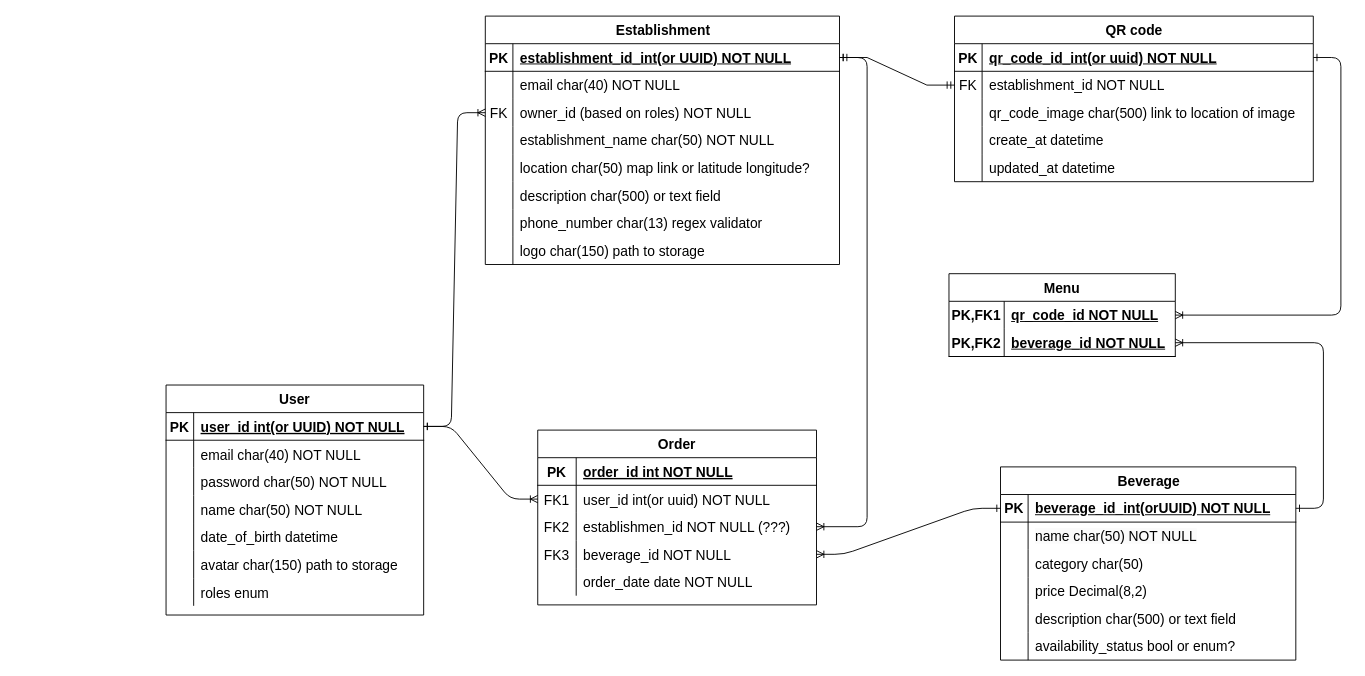
Before: entities.drawio in Reviro-Spring-TechStart2024-T1/backend, a draw.io diagram. Source tidied: cells renumbered, new cells numbered last; positions are measured from the earlier drawing's top-left corner, leaving out a move shared by most shapes. Both pictures are drawn from the tidied source at 92%, with x=0, y=0 at pixel (166, 16).
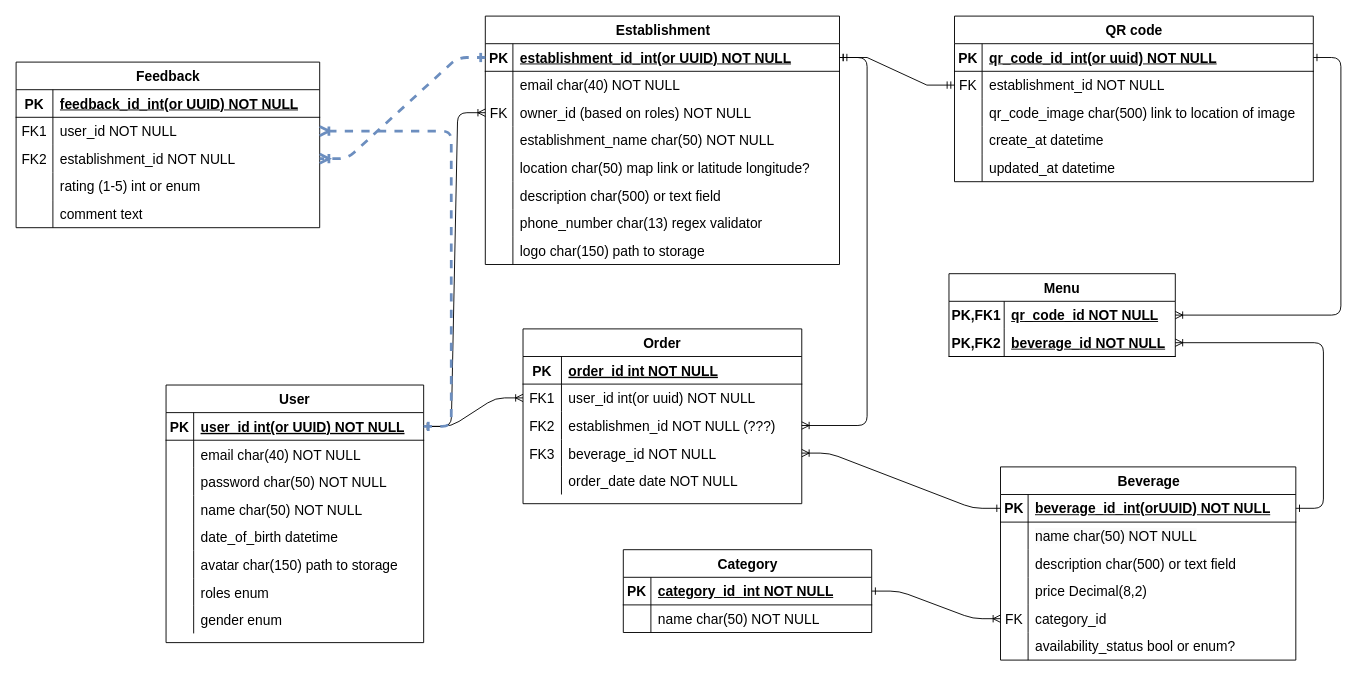
After the change.

The change refers to these unchanged cells:
```xml
<mxCell id="21" style="shape=partialRectangle;fillColor=none;points=[[0,0.5],[1,0.5]];portConstraint=eastwest;top=0;left=0;right=0;bottom=1;fontSize=15;" parent="20" vertex="1">
  <mxGeometry y="30" width="280" height="30" as="geometry" />
</mxCell>
<mxCell id="43" style="shape=tableRow;horizontal=0;startSize=0;swimlaneHead=0;swimlaneBody=0;fillColor=none;points=[[0,0.5],[1,0.5]];portConstraint=eastwest;top=0;left=0;right=0;bottom=1;fontSize=15;" parent="42" vertex="1">
  <mxGeometry y="30" width="385" height="30" as="geometry" />
</mxCell>
<mxCell id="67" value="Beverage" style="shape=table;startSize=30;childLayout=tableLayout;rowLines=0;fontStyle=1;align=center;html=1;fontSize=15;" parent="1" vertex="1">
  <mxGeometry x="907" y="490" width="321" height="210" as="geometry" />
</mxCell>
```

The edit, as a diff of the source:
```diff
@@
     <mxCell id="4" value="Order" style="shape=table;startSize=30;childLayout=tableLayout;rowLines=0;fontStyle=1;align=center;fontSize=15;" parent="1" vertex="1">
-      <mxGeometry x="404" y="450" width="303" height="190" as="geometry" />
+      <mxGeometry x="388" y="340" width="303" height="190" as="geometry" />
     </mxCell>
@@
     <mxCell id="20" value="User" style="shape=table;startSize=30;childLayout=tableLayout;rowLines=0;fontStyle=1;align=center;fontSize=15;" parent="1" vertex="1">
-      <mxGeometry y="401" width="280" height="250" as="geometry" />
+      <mxGeometry y="401" width="280" height="280" as="geometry" />
     </mxCell>
@@
+    <mxCell id="114" style="shape=partialRectangle;fillColor=none;top=0;left=0;right=0;bottom=0;fontSize=15;" parent="20" vertex="1">
+      <mxGeometry y="240" width="280" height="30" as="geometry" />
+    </mxCell>
+    <mxCell id="115" style="shape=partialRectangle;overflow=hidden;fillColor=none;top=0;left=0;bottom=0;right=0;fontSize=15;" parent="114" vertex="1">
+      <mxGeometry width="30" height="30" as="geometry" />
+    </mxCell>
+    <mxCell id="116" value="gender enum" style="shape=partialRectangle;overflow=hidden;fillColor=none;top=0;left=0;bottom=0;right=0;align=left;spacingLeft=6;fontSize=15;" parent="114" vertex="1">
+      <mxGeometry x="30" width="250" height="30" as="geometry" />
+    </mxCell>
@@
+    <mxCell id="80" style="shape=tableRow;horizontal=0;startSize=0;swimlaneHead=0;swimlaneBody=0;fillColor=none;top=0;left=0;right=0;bottom=0;fontSize=15;" parent="67" vertex="1">
+      <mxGeometry y="90" width="321" height="30" as="geometry" />
+    </mxCell>
+    <mxCell id="81" style="shape=partialRectangle;fillColor=none;top=0;left=0;bottom=0;right=0;overflow=hidden;whiteSpace=wrap;html=1;fontSize=15;" parent="80" vertex="1">
+      <mxGeometry width="30" height="30" as="geometry" />
+    </mxCell>
+    <mxCell id="82" value="description char(500) or text field" style="shape=partialRectangle;fillColor=none;top=0;left=0;bottom=0;right=0;align=left;spacingLeft=6;overflow=hidden;whiteSpace=wrap;html=1;fontSize=15;" parent="80" vertex="1">
+      <mxGeometry x="30" width="291" height="30" as="geometry" />
+    </mxCell>
+    <mxCell id="77" style="shape=tableRow;horizontal=0;startSize=0;swimlaneHead=0;swimlaneBody=0;fillColor=none;top=0;left=0;right=0;bottom=0;fontSize=15;" parent="67" vertex="1">
+      <mxGeometry y="120" width="321" height="30" as="geometry" />
+    </mxCell>
+    <mxCell id="78" style="shape=partialRectangle;fillColor=none;top=0;left=0;bottom=0;right=0;overflow=hidden;whiteSpace=wrap;html=1;fontSize=15;" parent="77" vertex="1">
+      <mxGeometry width="30" height="30" as="geometry" />
+    </mxCell>
+    <mxCell id="79" value="price Decimal(8,2)" style="shape=partialRectangle;fillColor=none;top=0;left=0;bottom=0;right=0;align=left;spacingLeft=6;overflow=hidden;whiteSpace=wrap;html=1;fontSize=15;" parent="77" vertex="1">
+      <mxGeometry x="30" width="291" height="30" as="geometry" />
+    </mxCell>
     <mxCell id="74" style="shape=tableRow;horizontal=0;startSize=0;swimlaneHead=0;swimlaneBody=0;fillColor=none;points=[[0,0.5],[1,0.5]];portConstraint=eastwest;top=0;left=0;right=0;bottom=0;fontSize=15;" parent="67" vertex="1">
-      <mxGeometry y="90" width="321" height="30" as="geometry" />
+      <mxGeometry y="150" width="321" height="30" as="geometry" />
     </mxCell>
-    <mxCell id="75" style="shape=partialRectangle;fillColor=none;top=0;left=0;bottom=0;right=0;overflow=hidden;whiteSpace=wrap;html=1;fontSize=15;" parent="74" vertex="1">
+    <mxCell id="75" value="FK" style="shape=partialRectangle;fillColor=none;top=0;left=0;bottom=0;right=0;overflow=hidden;whiteSpace=wrap;html=1;fontSize=15;" parent="74" vertex="1">
       <mxGeometry width="30" height="30" as="geometry" />
     </mxCell>
-    <mxCell id="76" value="category char(50)&amp;nbsp;" style="shape=partialRectangle;fillColor=none;top=0;left=0;bottom=0;right=0;align=left;spacingLeft=6;overflow=hidden;whiteSpace=wrap;html=1;fontSize=15;" parent="74" vertex="1">
+    <mxCell id="76" value="category_id" style="shape=partialRectangle;fillColor=none;top=0;left=0;bottom=0;right=0;align=left;spacingLeft=6;overflow=hidden;whiteSpace=wrap;html=1;fontSize=15;" parent="74" vertex="1">
       <mxGeometry x="30" width="291" height="30" as="geometry" />
     </mxCell>
-    <mxCell id="77" style="shape=tableRow;horizontal=0;startSize=0;swimlaneHead=0;swimlaneBody=0;fillColor=none;top=0;left=0;right=0;bottom=0;fontSize=15;" parent="67" vertex="1">
-      <mxGeometry y="120" width="321" height="30" as="geometry" />
-    </mxCell>
-    <mxCell id="78" style="shape=partialRectangle;fillColor=none;top=0;left=0;bottom=0;right=0;overflow=hidden;whiteSpace=wrap;html=1;fontSize=15;" parent="77" vertex="1">
-      <mxGeometry width="30" height="30" as="geometry" />
-    </mxCell>
-    <mxCell id="79" value="price Decimal(8,2)" style="shape=partialRectangle;fillColor=none;top=0;left=0;bottom=0;right=0;align=left;spacingLeft=6;overflow=hidden;whiteSpace=wrap;html=1;fontSize=15;" parent="77" vertex="1">
-      <mxGeometry x="30" width="291" height="30" as="geometry" />
-    </mxCell>
-    <mxCell id="80" style="shape=tableRow;horizontal=0;startSize=0;swimlaneHead=0;swimlaneBody=0;fillColor=none;top=0;left=0;right=0;bottom=0;fontSize=15;" parent="67" vertex="1">
-      <mxGeometry y="150" width="321" height="30" as="geometry" />
-    </mxCell>
-    <mxCell id="81" style="shape=partialRectangle;fillColor=none;top=0;left=0;bottom=0;right=0;overflow=hidden;whiteSpace=wrap;html=1;fontSize=15;" parent="80" vertex="1">
-      <mxGeometry width="30" height="30" as="geometry" />
-    </mxCell>
-    <mxCell id="82" value="description char(500) or text field" style="shape=partialRectangle;fillColor=none;top=0;left=0;bottom=0;right=0;align=left;spacingLeft=6;overflow=hidden;whiteSpace=wrap;html=1;fontSize=15;" parent="80" vertex="1">
-      <mxGeometry x="30" width="291" height="30" as="geometry" />
-    </mxCell>
@@
+    <mxCell id="117" value="Feedback" style="shape=table;startSize=30;childLayout=tableLayout;rowLines=0;fontStyle=1;align=center;html=1;fontSize=15;" parent="1" vertex="1">
+      <mxGeometry x="-163" y="50" width="330" height="180" as="geometry" />
+    </mxCell>
+    <mxCell id="118" style="shape=tableRow;horizontal=0;startSize=0;swimlaneHead=0;swimlaneBody=0;fillColor=none;top=0;left=0;right=0;bottom=1;fontSize=15;" parent="117" vertex="1">
+      <mxGeometry y="30" width="330" height="30" as="geometry" />
+    </mxCell>
+    <mxCell id="119" value="PK" style="shape=partialRectangle;fillColor=none;top=0;left=0;bottom=0;right=0;fontStyle=1;overflow=hidden;whiteSpace=wrap;html=1;fontSize=15;" parent="118" vertex="1">
+      <mxGeometry width="40" height="30" as="geometry" />
+    </mxCell>
+    <mxCell id="120" value="feedback_id_int(or UUID) NOT NULL" style="shape=partialRectangle;fillColor=none;top=0;left=0;bottom=0;right=0;align=left;spacingLeft=6;fontStyle=5;overflow=hidden;whiteSpace=wrap;html=1;fontSize=15;" parent="118" vertex="1">
+      <mxGeometry x="40" width="290" height="30" as="geometry" />
+    </mxCell>
+    <mxCell id="121" style="shape=tableRow;horizontal=0;startSize=0;swimlaneHead=0;swimlaneBody=0;fillColor=none;points=[[0,0.5],[1,0.5]];portConstraint=eastwest;top=0;left=0;right=0;bottom=0;fontSize=15;" parent="117" vertex="1">
+      <mxGeometry y="60" width="330" height="30" as="geometry" />
+    </mxCell>
+    <mxCell id="122" value="FK1" style="shape=partialRectangle;fillColor=none;top=0;left=0;bottom=0;right=0;overflow=hidden;whiteSpace=wrap;html=1;fontSize=15;" parent="121" vertex="1">
+      <mxGeometry width="40" height="30" as="geometry" />
+    </mxCell>
+    <mxCell id="123" value="user_id NOT NULL" style="shape=partialRectangle;fillColor=none;top=0;left=0;bottom=0;right=0;align=left;spacingLeft=6;overflow=hidden;whiteSpace=wrap;html=1;fontSize=15;" parent="121" vertex="1">
+      <mxGeometry x="40" width="290" height="30" as="geometry" />
+    </mxCell>
+    <mxCell id="124" style="shape=tableRow;horizontal=0;startSize=0;swimlaneHead=0;swimlaneBody=0;fillColor=none;points=[[0,0.5],[1,0.5]];portConstraint=eastwest;top=0;left=0;right=0;bottom=0;fontSize=15;" parent="117" vertex="1">
+      <mxGeometry y="90" width="330" height="30" as="geometry" />
+    </mxCell>
+    <mxCell id="125" value="FK2" style="shape=partialRectangle;fillColor=none;top=0;left=0;bottom=0;right=0;overflow=hidden;whiteSpace=wrap;html=1;fontSize=15;" parent="124" vertex="1">
+      <mxGeometry width="40" height="30" as="geometry" />
+    </mxCell>
+    <mxCell id="126" value="establishment_id NOT NULL" style="shape=partialRectangle;fillColor=none;top=0;left=0;bottom=0;right=0;align=left;spacingLeft=6;overflow=hidden;whiteSpace=wrap;html=1;fontSize=15;" parent="124" vertex="1">
+      <mxGeometry x="40" width="290" height="30" as="geometry" />
+    </mxCell>
+    <mxCell id="127" style="shape=tableRow;horizontal=0;startSize=0;swimlaneHead=0;swimlaneBody=0;fillColor=none;top=0;left=0;right=0;bottom=0;fontSize=15;" parent="117" vertex="1">
+      <mxGeometry y="120" width="330" height="30" as="geometry" />
+    </mxCell>
+    <mxCell id="128" style="shape=partialRectangle;fillColor=none;top=0;left=0;bottom=0;right=0;overflow=hidden;whiteSpace=wrap;html=1;fontSize=15;" parent="127" vertex="1">
+      <mxGeometry width="40" height="30" as="geometry" />
+    </mxCell>
+    <mxCell id="129" value="rating (1-5) int or enum" style="shape=partialRectangle;fillColor=none;top=0;left=0;bottom=0;right=0;align=left;spacingLeft=6;overflow=hidden;whiteSpace=wrap;html=1;fontSize=15;" parent="127" vertex="1">
+      <mxGeometry x="40" width="290" height="30" as="geometry" />
+    </mxCell>
+    <mxCell id="130" style="shape=tableRow;horizontal=0;startSize=0;swimlaneHead=0;swimlaneBody=0;fillColor=none;top=0;left=0;right=0;bottom=0;fontSize=15;" parent="117" vertex="1">
+      <mxGeometry y="150" width="330" height="30" as="geometry" />
+    </mxCell>
+    <mxCell id="131" style="shape=partialRectangle;fillColor=none;top=0;left=0;bottom=0;right=0;overflow=hidden;whiteSpace=wrap;html=1;fontSize=15;" parent="130" vertex="1">
+      <mxGeometry width="40" height="30" as="geometry" />
+    </mxCell>
+    <mxCell id="132" value="comment text" style="shape=partialRectangle;fillColor=none;top=0;left=0;bottom=0;right=0;align=left;spacingLeft=6;overflow=hidden;whiteSpace=wrap;html=1;fontSize=15;" parent="130" vertex="1">
+      <mxGeometry x="40" width="290" height="30" as="geometry" />
+    </mxCell>
+    <mxCell id="133" style="edgeStyle=entityRelationEdgeStyle;endArrow=ERoneToMany;startArrow=ERone;endFill=0;startFill=0;fontSize=15;dashed=1;fillColor=#dae8fc;strokeColor=#6c8ebf;strokeWidth=3;" parent="1" edge="1" source="21" target="121">
+      <mxGeometry relative="1" as="geometry" />
+    </mxCell>
+    <mxCell id="134" style="edgeStyle=entityRelationEdgeStyle;endArrow=ERoneToMany;startArrow=ERone;endFill=0;startFill=0;fontSize=15;dashed=1;fillColor=#dae8fc;strokeColor=#6c8ebf;strokeWidth=3;" parent="1" edge="1" source="43" target="124">
+      <mxGeometry relative="1" as="geometry" />
+    </mxCell>
+    <mxCell id="135" value="Category" style="shape=table;startSize=30;childLayout=tableLayout;rowLines=0;fontStyle=1;align=center;html=1;fontSize=15;" parent="1" vertex="1">
+      <mxGeometry x="497" y="580" width="270" height="90" as="geometry" />
+    </mxCell>
+    <mxCell id="136" style="shape=tableRow;horizontal=0;startSize=0;swimlaneHead=0;swimlaneBody=0;fillColor=none;points=[[0,0.5],[1,0.5]];portConstraint=eastwest;top=0;left=0;right=0;bottom=1;fontSize=15;" parent="135" vertex="1">
+      <mxGeometry y="30" width="270" height="30" as="geometry" />
+    </mxCell>
+    <mxCell id="137" value="PK" style="shape=partialRectangle;fillColor=none;top=0;left=0;bottom=0;right=0;fontStyle=1;overflow=hidden;whiteSpace=wrap;html=1;fontSize=15;" parent="136" vertex="1">
+      <mxGeometry width="30" height="30" as="geometry" />
+    </mxCell>
+    <mxCell id="138" value="category_id_int NOT NULL" style="shape=partialRectangle;fillColor=none;top=0;left=0;bottom=0;right=0;align=left;spacingLeft=6;fontStyle=5;overflow=hidden;whiteSpace=wrap;html=1;fontSize=15;" parent="136" vertex="1">
+      <mxGeometry x="30" width="240" height="30" as="geometry" />
+    </mxCell>
+    <mxCell id="139" style="shape=tableRow;horizontal=0;startSize=0;swimlaneHead=0;swimlaneBody=0;fillColor=none;top=0;left=0;right=0;bottom=0;fontSize=15;" parent="135" vertex="1">
+      <mxGeometry y="60" width="270" height="30" as="geometry" />
+    </mxCell>
+    <mxCell id="140" style="shape=partialRectangle;fillColor=none;top=0;left=0;bottom=0;right=0;overflow=hidden;whiteSpace=wrap;html=1;fontSize=15;" parent="139" vertex="1">
+      <mxGeometry width="30" height="30" as="geometry" />
+    </mxCell>
+    <mxCell id="141" value="name char(50) NOT NULL" style="shape=partialRectangle;fillColor=none;top=0;left=0;bottom=0;right=0;align=left;spacingLeft=6;overflow=hidden;whiteSpace=wrap;html=1;fontSize=15;" parent="139" vertex="1">
+      <mxGeometry x="30" width="240" height="30" as="geometry" />
+    </mxCell>
+    <mxCell id="142" style="edgeStyle=entityRelationEdgeStyle;endArrow=ERoneToMany;startArrow=ERone;endFill=0;startFill=0;fontSize=15;" parent="1" edge="1" source="136" target="74">
+      <mxGeometry relative="1" as="geometry">
+        <Array as="points">
+          <mxPoint x="1274" y="875" />
+        </Array>
+      </mxGeometry>
+    </mxCell>
```
